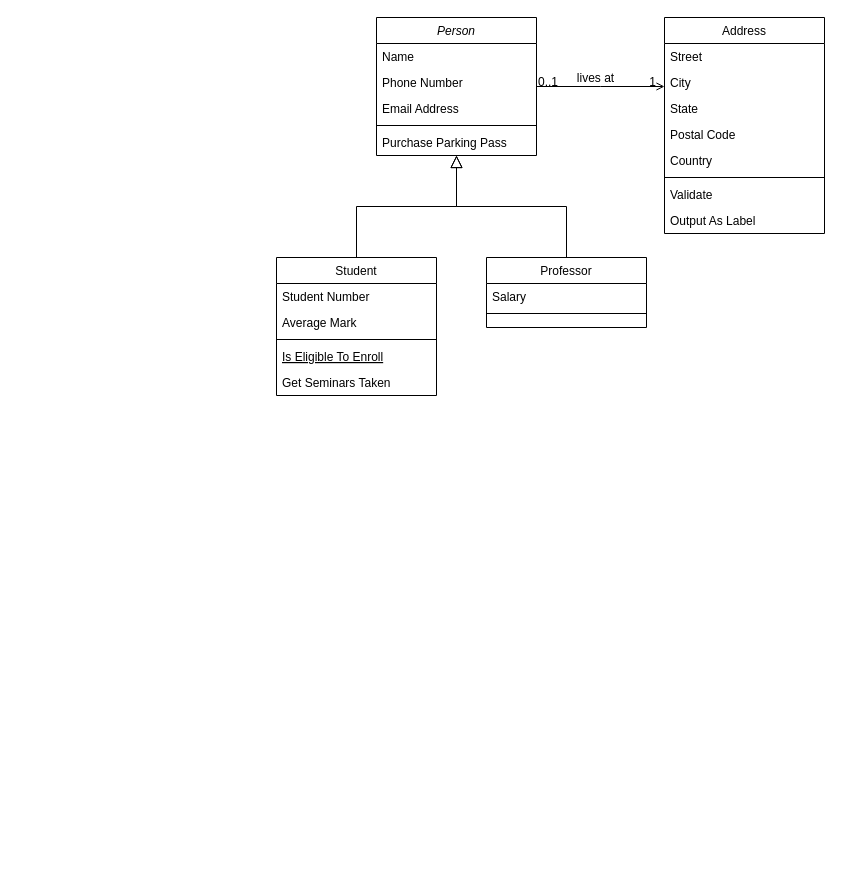
thanhndv212/figaroh keeps this draw.io diagram as doc/Untitled Diagram.drawio. Above is the earlier version. Source tidied: cells renumbered, new cells numbered last; positions are measured from the earlier drawing's top-left corner, leaving out a move shared by most shapes. Both pictures are drawn from the tidied source at 100%, with x=0, y=0 at pixel (276, 17).
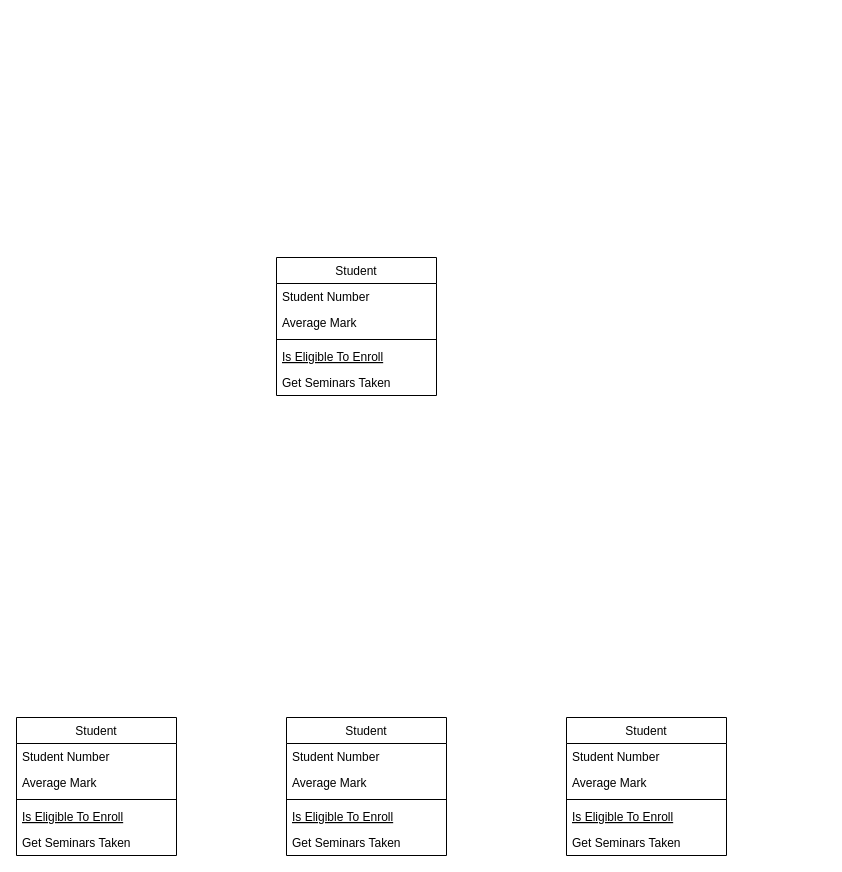
The same page after the edit.

Unchanged cells that the change refers to:
```xml
<mxCell id="8" value="Student" style="swimlane;fontStyle=0;align=center;verticalAlign=top;horizontal=1;startSize=26;rounded=0;shadow=0;strokeWidth=1;" parent="1" vertex="1">
  <mxGeometry y="240" width="160" height="138" as="geometry" />
</mxCell>
```

Diff of the diagram source:
```diff
@@
-    <mxCell id="2" value="Person" style="swimlane;fontStyle=2;align=center;verticalAlign=top;horizontal=1;startSize=26;rounded=0;shadow=0;strokeWidth=1;" parent="1" vertex="1">
-      <mxGeometry x="100" width="160" height="138" as="geometry" />
-    </mxCell>
-    <mxCell id="3" value="Name" style="text;align=left;verticalAlign=top;spacingLeft=4;spacingRight=4;overflow=hidden;" parent="2" vertex="1">
-      <mxGeometry y="26" width="160" height="26" as="geometry" />
-    </mxCell>
-    <mxCell id="4" value="Phone Number" style="text;align=left;verticalAlign=top;spacingLeft=4;spacingRight=4;overflow=hidden;rounded=0;shadow=0;html=0;" parent="2" vertex="1">
-      <mxGeometry y="52" width="160" height="26" as="geometry" />
-    </mxCell>
-    <mxCell id="5" value="Email Address" style="text;align=left;verticalAlign=top;spacingLeft=4;spacingRight=4;overflow=hidden;rounded=0;shadow=0;html=0;" parent="2" vertex="1">
-      <mxGeometry y="78" width="160" height="26" as="geometry" />
-    </mxCell>
-    <mxCell id="6" style="line;html=1;strokeWidth=1;align=left;verticalAlign=middle;spacingTop=-1;spacingLeft=3;spacingRight=3;labelPosition=right;" parent="2" vertex="1">
-      <mxGeometry y="104" width="160" height="8" as="geometry" />
-    </mxCell>
-    <mxCell id="7" value="Purchase Parking Pass" style="text;align=left;verticalAlign=top;spacingLeft=4;spacingRight=4;overflow=hidden;" parent="2" vertex="1">
-      <mxGeometry y="112" width="160" height="26" as="geometry" />
-    </mxCell>
@@
-    <mxCell id="14" style="endArrow=block;endSize=10;endFill=0;shadow=0;strokeWidth=1;rounded=0;edgeStyle=elbowEdgeStyle;elbow=vertical;" parent="1" edge="1" source="8" target="2">
-      <mxGeometry relative="1" as="geometry" />
-    </mxCell>
-    <mxCell id="15" value="Professor" style="swimlane;fontStyle=0;align=center;verticalAlign=top;horizontal=1;startSize=26;rounded=0;shadow=0;strokeWidth=1;" parent="1" vertex="1">
-      <mxGeometry x="210" y="240" width="160" height="70" as="geometry" />
-    </mxCell>
-    <mxCell id="16" value="Salary" style="text;align=left;verticalAlign=top;spacingLeft=4;spacingRight=4;overflow=hidden;" parent="15" vertex="1">
-      <mxGeometry y="26" width="160" height="26" as="geometry" />
-    </mxCell>
-    <mxCell id="17" style="line;html=1;strokeWidth=1;align=left;verticalAlign=middle;spacingTop=-1;spacingLeft=3;spacingRight=3;labelPosition=right;" parent="15" vertex="1">
-      <mxGeometry y="52" width="160" height="8" as="geometry" />
-    </mxCell>
-    <mxCell id="18" style="endArrow=block;endSize=10;endFill=0;shadow=0;strokeWidth=1;rounded=0;edgeStyle=elbowEdgeStyle;elbow=vertical;" parent="1" edge="1" source="15" target="2">
-      <mxGeometry relative="1" as="geometry" />
-    </mxCell>
-    <mxCell id="19" value="Address" style="swimlane;fontStyle=0;align=center;verticalAlign=top;horizontal=1;startSize=26;rounded=0;shadow=0;strokeWidth=1;" parent="1" vertex="1">
-      <mxGeometry x="388" width="160" height="216" as="geometry" />
-    </mxCell>
-    <mxCell id="20" value="Street" style="text;align=left;verticalAlign=top;spacingLeft=4;spacingRight=4;overflow=hidden;" parent="19" vertex="1">
-      <mxGeometry y="26" width="160" height="26" as="geometry" />
-    </mxCell>
-    <mxCell id="21" value="City" style="text;align=left;verticalAlign=top;spacingLeft=4;spacingRight=4;overflow=hidden;rounded=0;shadow=0;html=0;" parent="19" vertex="1">
-      <mxGeometry y="52" width="160" height="26" as="geometry" />
-    </mxCell>
-    <mxCell id="22" value="State" style="text;align=left;verticalAlign=top;spacingLeft=4;spacingRight=4;overflow=hidden;rounded=0;shadow=0;html=0;" parent="19" vertex="1">
-      <mxGeometry y="78" width="160" height="26" as="geometry" />
-    </mxCell>
-    <mxCell id="23" value="Postal Code" style="text;align=left;verticalAlign=top;spacingLeft=4;spacingRight=4;overflow=hidden;rounded=0;shadow=0;html=0;" parent="19" vertex="1">
-      <mxGeometry y="104" width="160" height="26" as="geometry" />
-    </mxCell>
-    <mxCell id="24" value="Country" style="text;align=left;verticalAlign=top;spacingLeft=4;spacingRight=4;overflow=hidden;rounded=0;shadow=0;html=0;" parent="19" vertex="1">
-      <mxGeometry y="130" width="160" height="26" as="geometry" />
-    </mxCell>
-    <mxCell id="25" style="line;html=1;strokeWidth=1;align=left;verticalAlign=middle;spacingTop=-1;spacingLeft=3;spacingRight=3;labelPosition=right;" parent="19" vertex="1">
-      <mxGeometry y="156" width="160" height="8" as="geometry" />
-    </mxCell>
-    <mxCell id="26" value="Validate" style="text;align=left;verticalAlign=top;spacingLeft=4;spacingRight=4;overflow=hidden;" parent="19" vertex="1">
-      <mxGeometry y="164" width="160" height="26" as="geometry" />
-    </mxCell>
-    <mxCell id="27" value="Output As Label" style="text;align=left;verticalAlign=top;spacingLeft=4;spacingRight=4;overflow=hidden;" parent="19" vertex="1">
-      <mxGeometry y="190" width="160" height="26" as="geometry" />
-    </mxCell>
-    <mxCell id="28" style="endArrow=open;shadow=0;strokeWidth=1;rounded=0;endFill=1;edgeStyle=elbowEdgeStyle;elbow=vertical;" parent="1" edge="1" source="2" target="19">
-      <mxGeometry x="0.5" y="41" relative="1" as="geometry">
-        <mxPoint x="-40" y="32" as="offset" />
-      </mxGeometry>
-    </mxCell>
-    <mxCell id="29" value="0..1" style="align=left;verticalAlign=bottom;labelBackgroundColor=none;fontSize=12;" parent="28" vertex="1">
-      <mxGeometry x="-1" relative="1" as="geometry">
-        <mxPoint y="4" as="offset" />
-      </mxGeometry>
-    </mxCell>
-    <mxCell id="30" value="1" style="align=right;verticalAlign=bottom;labelBackgroundColor=none;fontSize=12;" parent="28" vertex="1">
-      <mxGeometry x="1" relative="1" as="geometry">
-        <mxPoint x="-7" y="4" as="offset" />
-      </mxGeometry>
-    </mxCell>
-    <mxCell id="31" value="lives at" style="text;html=1;align=center;verticalAlign=middle;labelBackgroundColor=none;rounded=0;shadow=0;strokeWidth=1;fontSize=12;" parent="28" vertex="1">
-      <mxGeometry x="0.5" y="49" relative="1" as="geometry">
-        <mxPoint x="-38" y="40" as="offset" />
-      </mxGeometry>
-    </mxCell>
+    <mxCell id="32" value="Student" style="swimlane;fontStyle=0;align=center;verticalAlign=top;horizontal=1;startSize=26;rounded=0;shadow=0;strokeWidth=1;" parent="1" vertex="1">
+      <mxGeometry x="-260" y="700" width="160" height="138" as="geometry" />
+    </mxCell>
+    <mxCell id="33" value="Student Number" style="text;align=left;verticalAlign=top;spacingLeft=4;spacingRight=4;overflow=hidden;" parent="32" vertex="1">
+      <mxGeometry y="26" width="160" height="26" as="geometry" />
+    </mxCell>
+    <mxCell id="34" value="Average Mark" style="text;align=left;verticalAlign=top;spacingLeft=4;spacingRight=4;overflow=hidden;rounded=0;shadow=0;html=0;" parent="32" vertex="1">
+      <mxGeometry y="52" width="160" height="26" as="geometry" />
+    </mxCell>
+    <mxCell id="35" style="line;html=1;strokeWidth=1;align=left;verticalAlign=middle;spacingTop=-1;spacingLeft=3;spacingRight=3;labelPosition=right;" parent="32" vertex="1">
+      <mxGeometry y="78" width="160" height="8" as="geometry" />
+    </mxCell>
+    <mxCell id="36" value="Is Eligible To Enroll" style="text;align=left;verticalAlign=top;spacingLeft=4;spacingRight=4;overflow=hidden;fontStyle=4;" parent="32" vertex="1">
+      <mxGeometry y="86" width="160" height="26" as="geometry" />
+    </mxCell>
+    <mxCell id="37" value="Get Seminars Taken" style="text;align=left;verticalAlign=top;spacingLeft=4;spacingRight=4;overflow=hidden;" parent="32" vertex="1">
+      <mxGeometry y="112" width="160" height="26" as="geometry" />
+    </mxCell>
+    <mxCell id="38" value="Student" style="swimlane;fontStyle=0;align=center;verticalAlign=top;horizontal=1;startSize=26;rounded=0;shadow=0;strokeWidth=1;" parent="1" vertex="1">
+      <mxGeometry x="10" y="700" width="160" height="138" as="geometry" />
+    </mxCell>
+    <mxCell id="39" value="Student Number" style="text;align=left;verticalAlign=top;spacingLeft=4;spacingRight=4;overflow=hidden;" parent="38" vertex="1">
+      <mxGeometry y="26" width="160" height="26" as="geometry" />
+    </mxCell>
+    <mxCell id="40" value="Average Mark" style="text;align=left;verticalAlign=top;spacingLeft=4;spacingRight=4;overflow=hidden;rounded=0;shadow=0;html=0;" parent="38" vertex="1">
+      <mxGeometry y="52" width="160" height="26" as="geometry" />
+    </mxCell>
+    <mxCell id="41" style="line;html=1;strokeWidth=1;align=left;verticalAlign=middle;spacingTop=-1;spacingLeft=3;spacingRight=3;labelPosition=right;" parent="38" vertex="1">
+      <mxGeometry y="78" width="160" height="8" as="geometry" />
+    </mxCell>
+    <mxCell id="42" value="Is Eligible To Enroll" style="text;align=left;verticalAlign=top;spacingLeft=4;spacingRight=4;overflow=hidden;fontStyle=4;" parent="38" vertex="1">
+      <mxGeometry y="86" width="160" height="26" as="geometry" />
+    </mxCell>
+    <mxCell id="43" value="Get Seminars Taken" style="text;align=left;verticalAlign=top;spacingLeft=4;spacingRight=4;overflow=hidden;" parent="38" vertex="1">
+      <mxGeometry y="112" width="160" height="26" as="geometry" />
+    </mxCell>
+    <mxCell id="44" value="Student" style="swimlane;fontStyle=0;align=center;verticalAlign=top;horizontal=1;startSize=26;rounded=0;shadow=0;strokeWidth=1;" parent="1" vertex="1">
+      <mxGeometry x="290" y="700" width="160" height="138" as="geometry" />
+    </mxCell>
+    <mxCell id="45" value="Student Number" style="text;align=left;verticalAlign=top;spacingLeft=4;spacingRight=4;overflow=hidden;" parent="44" vertex="1">
+      <mxGeometry y="26" width="160" height="26" as="geometry" />
+    </mxCell>
+    <mxCell id="46" value="Average Mark" style="text;align=left;verticalAlign=top;spacingLeft=4;spacingRight=4;overflow=hidden;rounded=0;shadow=0;html=0;" parent="44" vertex="1">
+      <mxGeometry y="52" width="160" height="26" as="geometry" />
+    </mxCell>
+    <mxCell id="47" style="line;html=1;strokeWidth=1;align=left;verticalAlign=middle;spacingTop=-1;spacingLeft=3;spacingRight=3;labelPosition=right;" parent="44" vertex="1">
+      <mxGeometry y="78" width="160" height="8" as="geometry" />
+    </mxCell>
+    <mxCell id="48" value="Is Eligible To Enroll" style="text;align=left;verticalAlign=top;spacingLeft=4;spacingRight=4;overflow=hidden;fontStyle=4;" parent="44" vertex="1">
+      <mxGeometry y="86" width="160" height="26" as="geometry" />
+    </mxCell>
+    <mxCell id="49" value="Get Seminars Taken" style="text;align=left;verticalAlign=top;spacingLeft=4;spacingRight=4;overflow=hidden;" parent="44" vertex="1">
+      <mxGeometry y="112" width="160" height="26" as="geometry" />
+    </mxCell>
```
